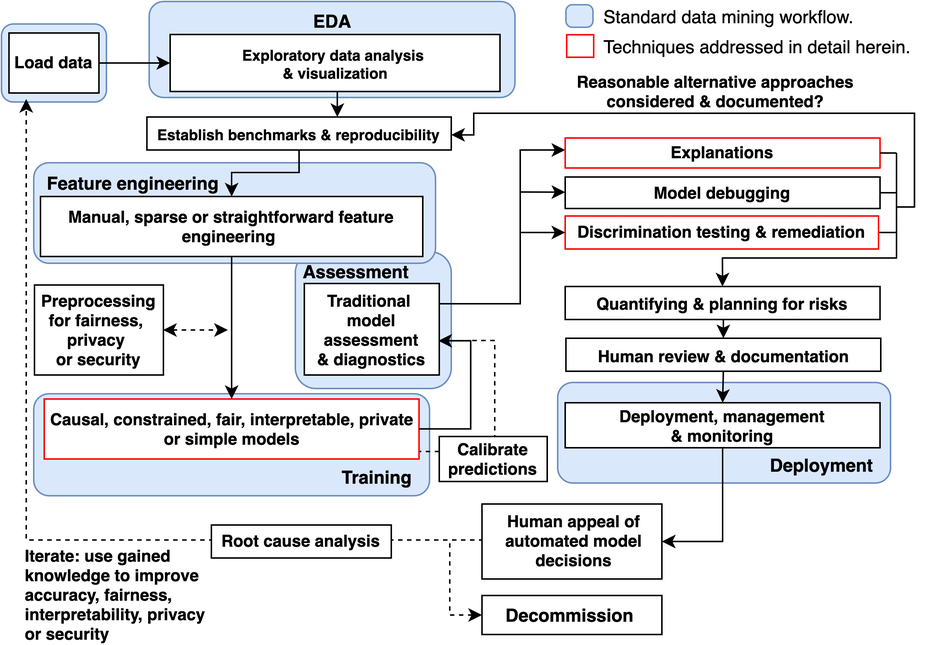
Earlier version of the draw.io export img/blueprint.png (h2oai/article-information-2019). Source tidied: cells renumbered, new cells last; positions are measured from the earlier drawing's top-left corner, leaving out a move shared by most shapes.
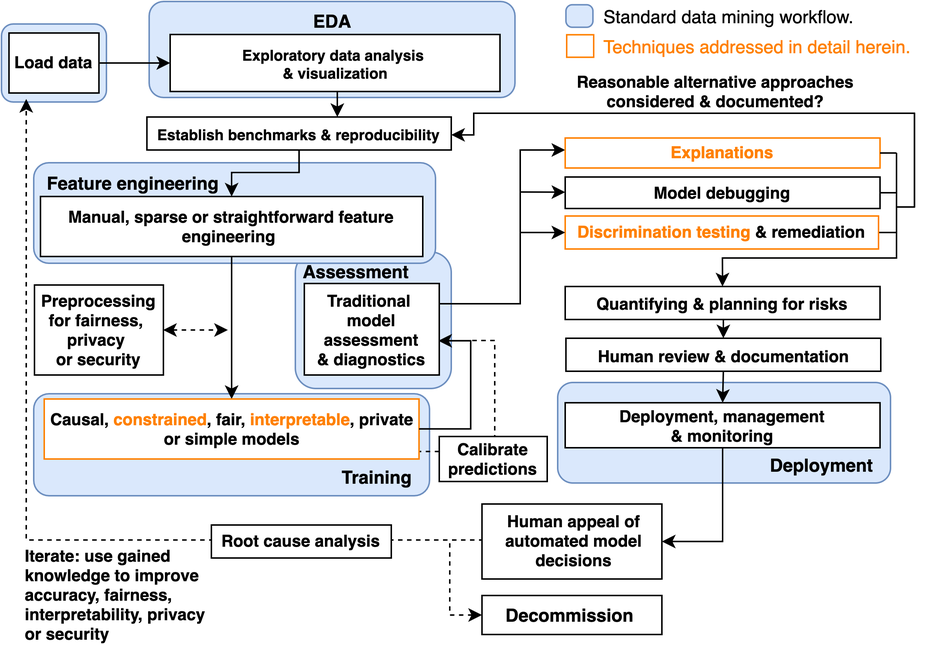
Later version of the same file.

Change to the diagram source:
```diff
@@ -26,7 +26,7 @@
     <mxCell id="9" value="&lt;div style=&quot;text-align: center ; font-size: 11px&quot;&gt;&lt;span&gt;Manual, &lt;/span&gt;&lt;span&gt;sparse or&amp;nbsp;&lt;/span&gt;&lt;span&gt;straightforward&amp;nbsp;&lt;/span&gt;&lt;span&gt;feature engineering&amp;nbsp;&lt;/span&gt;&lt;br&gt;&lt;/div&gt;" style="rounded=0;whiteSpace=wrap;html=1;fontSize=11;fontStyle=1;strokeColor=#000000;" parent="1" vertex="1">
       <mxGeometry x="26" y="130" width="255" height="40" as="geometry" />
     </mxCell>
-    <mxCell id="10" value="&lt;div style=&quot;text-align: center ; font-size: 11px&quot;&gt;&lt;div&gt;Causal, constrained, fair, interpretable, private or&amp;nbsp;&lt;span&gt;simple models&lt;/span&gt;&lt;/div&gt;&lt;/div&gt;" style="rounded=0;whiteSpace=wrap;html=1;align=center;fontStyle=1;strokeColor=#FF0000;" parent="1" vertex="1">
+    <mxCell id="10" value="&lt;div style=&quot;text-align: center ; font-size: 11px&quot;&gt;&lt;div&gt;Causal, &lt;font color=&quot;#ff8000&quot;&gt;constrained&lt;/font&gt;, fair, &lt;font color=&quot;#ff8000&quot;&gt;interpretable&lt;/font&gt;, private or&amp;nbsp;&lt;span&gt;simple models&lt;/span&gt;&lt;/div&gt;&lt;/div&gt;" style="rounded=0;whiteSpace=wrap;html=1;align=center;fontStyle=1;strokeColor=#FF8000;" parent="1" vertex="1">
       <mxGeometry x="28.5" y="265" width="250" height="40" as="geometry" />
     </mxCell>
     <mxCell id="11" style="edgeStyle=orthogonalEdgeStyle;rounded=0;html=1;endArrow=none;endFill=0;jettySize=auto;orthogonalLoop=1;fontSize=11;fontStyle=1;startArrow=classic;startFill=1;exitX=0.5;exitY=0;exitDx=0;exitDy=0;" parent="1" edge="1">
@@ -164,7 +164,7 @@
         </Array>
       </mxGeometry>
     </mxCell>
-    <mxCell id="37" value="&lt;div style=&quot;text-align: center&quot;&gt;Explanations&lt;/div&gt;" style="rounded=0;whiteSpace=wrap;html=1;fontSize=11;align=center;fontStyle=1;strokeWidth=1;strokeColor=#FF0000;" parent="1" vertex="1">
+    <mxCell id="37" value="&lt;div style=&quot;text-align: center&quot;&gt;&lt;font color=&quot;#ff8000&quot;&gt;Explanations&lt;/font&gt;&lt;/div&gt;" style="rounded=0;whiteSpace=wrap;html=1;fontSize=11;align=center;fontStyle=1;strokeWidth=1;strokeColor=#FF8000;" parent="1" vertex="1">
       <mxGeometry x="376" y="91" width="210" height="20" as="geometry" />
     </mxCell>
     <mxCell id="38" style="edgeStyle=orthogonalEdgeStyle;rounded=0;jettySize=auto;html=1;exitX=1;exitY=0.5;exitDx=0;exitDy=0;endArrow=none;endFill=0;fontColor=#000000;" parent="1" edge="1" source="39">
@@ -180,7 +180,7 @@
         <mxPoint x="597" y="155" as="targetPoint" />
       </mxGeometry>
     </mxCell>
-    <mxCell id="41" value="&lt;div style=&quot;text-align: center&quot;&gt;Discrimination testing &amp;amp; remediation&lt;/div&gt;" style="rounded=0;whiteSpace=wrap;html=1;fontSize=11;align=center;fontStyle=1;strokeColor=#FF0000;" parent="1" vertex="1">
+    <mxCell id="41" value="&lt;div style=&quot;text-align: center&quot;&gt;&lt;font color=&quot;#ff8000&quot;&gt;Discrimination testing&lt;/font&gt; &amp;amp; remediation&lt;/div&gt;" style="rounded=0;whiteSpace=wrap;html=1;fontSize=11;align=center;fontStyle=1;strokeColor=#FF8000;" parent="1" vertex="1">
       <mxGeometry x="376" y="143" width="209" height="22" as="geometry" />
     </mxCell>
     <mxCell id="42" style="edgeStyle=orthogonalEdgeStyle;rounded=0;html=1;startArrow=classic;startFill=1;endArrow=none;endFill=0;jettySize=auto;fontColor=#000000;exitX=0;exitY=0.5;entryX=1;entryY=0.199;entryPerimeter=0;exitDx=0;exitDy=0;" parent="1" edge="1" source="41">
@@ -230,10 +230,10 @@
         <mxPoint x="597" y="101" as="targetPoint" />
       </mxGeometry>
     </mxCell>
-    <mxCell id="50" style="rounded=0;whiteSpace=wrap;html=1;arcSize=28;strokeColor=#FF0000;" parent="1" vertex="1">
+    <mxCell id="50" style="rounded=0;whiteSpace=wrap;html=1;arcSize=28;strokeColor=#FF8000;" parent="1" vertex="1">
       <mxGeometry x="377" y="22.2" width="18" height="15" as="geometry" />
     </mxCell>
-    <mxCell id="51" value="Techniques addressed in detail herein." style="text;html=1;strokeColor=none;fillColor=none;align=left;verticalAlign=middle;whiteSpace=wrap;rounded=0;" parent="1" vertex="1">
+    <mxCell id="51" value="&lt;font color=&quot;#ff8000&quot;&gt;Techniques addressed in detail herein.&lt;/font&gt;" style="text;html=1;strokeColor=none;fillColor=none;align=left;verticalAlign=middle;whiteSpace=wrap;rounded=0;" parent="1" vertex="1">
       <mxGeometry x="400" y="20.2" width="217" height="20" as="geometry" />
     </mxCell>
   </root>
```
